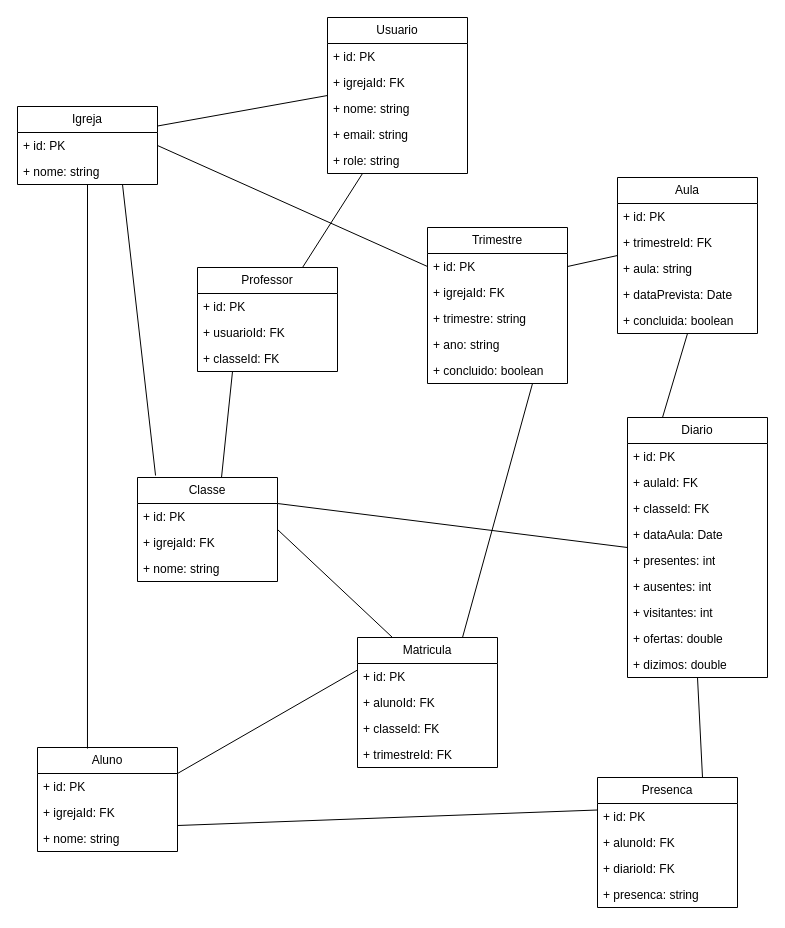
This is page "Modelo de dados" (3 of 3) of EBD.drawio from gelira/ebd, a draw.io file, before an edit. Source tidied: cells renumbered, new cells numbered last; positions are measured from the earlier drawing's top-left corner, leaving out a move shared by most shapes. Both pictures are drawn from the tidied source at 100%, with x=0, y=0 at pixel (17, 17).
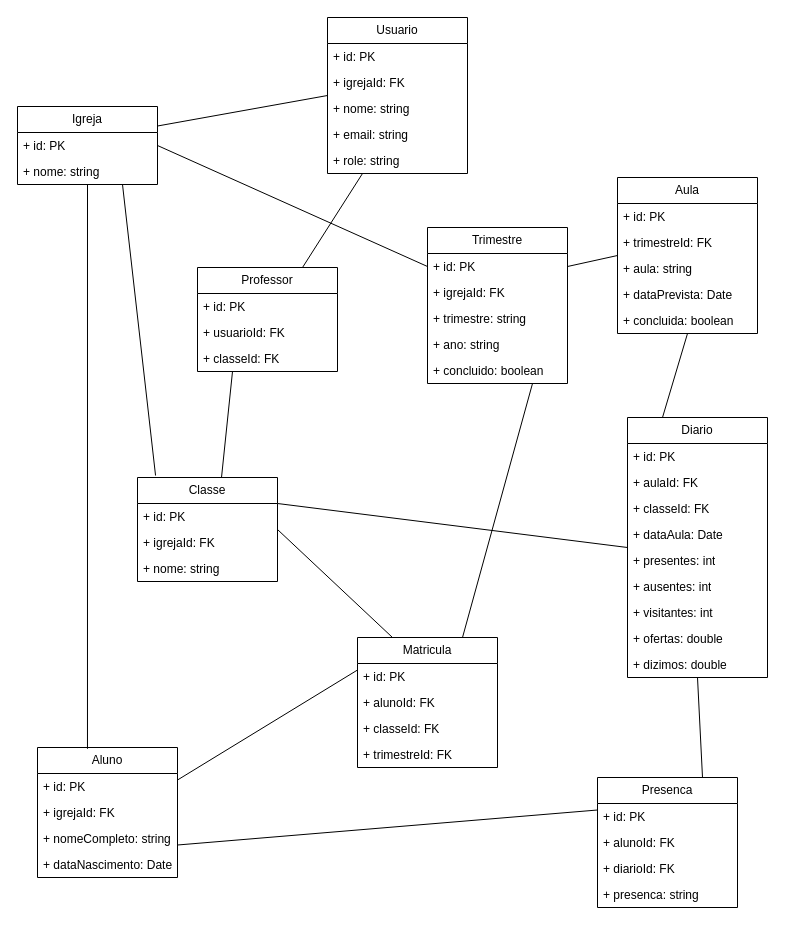
After the change.

What changed in the source:
```diff
@@
     <mxCell id="2" value="Aluno" style="swimlane;fontStyle=0;horizontal=1;startSize=26;fillColor=none;whiteSpace=wrap;html=1;shadow=0;" parent="1" vertex="1">
-      <mxGeometry x="20" y="730" width="140" height="104" as="geometry" />
+      <mxGeometry x="20" y="730" width="140" height="130" as="geometry" />
     </mxCell>
@@
-    <mxCell id="5" value="+ nome: string" style="text;strokeColor=none;fillColor=none;align=left;verticalAlign=top;spacingLeft=4;spacingRight=4;overflow=hidden;whiteSpace=wrap;html=1;" parent="2" vertex="1">
+    <mxCell id="5" value="+ nomeCompleto: string" style="text;strokeColor=none;fillColor=none;align=left;verticalAlign=top;spacingLeft=4;spacingRight=4;overflow=hidden;whiteSpace=wrap;html=1;" parent="2" vertex="1">
       <mxGeometry y="78" width="140" height="26" as="geometry" />
     </mxCell>
+    <mxCell id="69" value="+ dataNascimento: Date" style="text;strokeColor=none;fillColor=none;align=left;verticalAlign=top;spacingLeft=4;spacingRight=4;overflow=hidden;whiteSpace=wrap;html=1;" parent="2" vertex="1">
+      <mxGeometry y="104" width="140" height="26" as="geometry" />
+    </mxCell>
```
